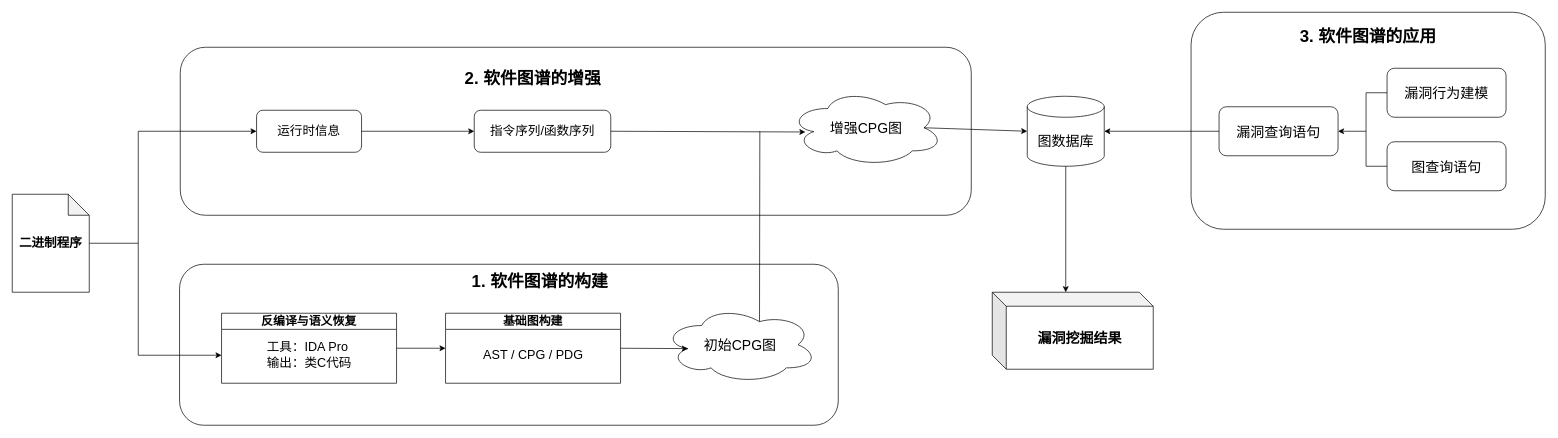
The draw.io diagram MindMap/硕士毕设系统框架-中期.drawio in hourhl/Draw-io, before the edit. Source tidied: cells renumbered, new cells numbered last; positions are measured from the earlier drawing's top-left corner, leaving out a move shared by most shapes. Both pictures are drawn from the tidied source at 70%, with x=0, y=0 at pixel (12, 12).
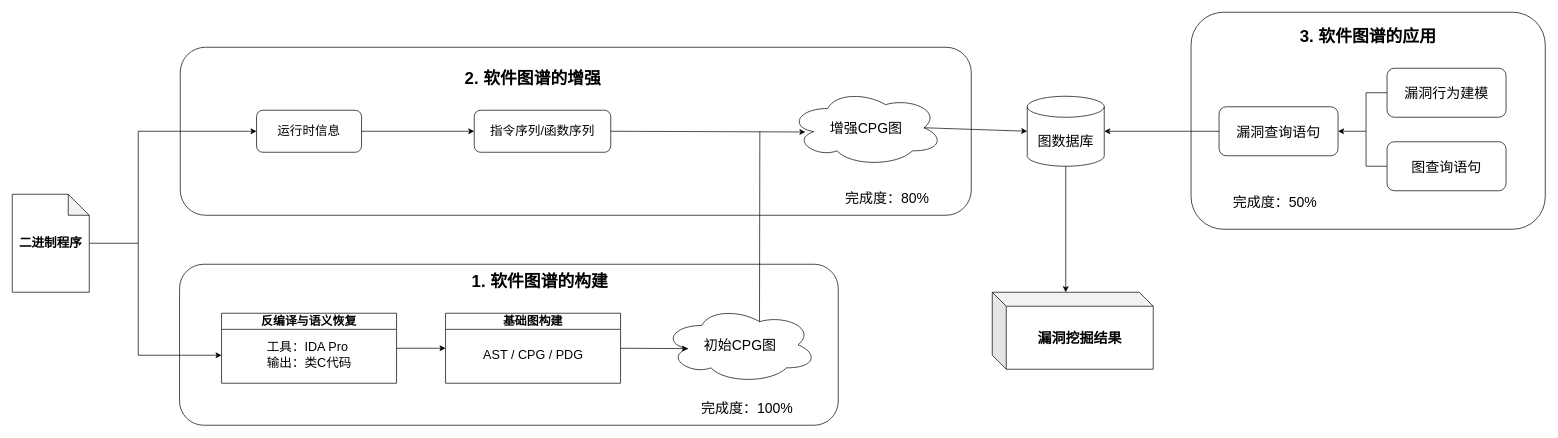
After the change.

Commit message:
更新硕士毕设系统框架-中期.drawio

What changed in the source:
```diff
@@
+    <mxCell id="34" value="&lt;font style=&quot;font-size: 20px;&quot;&gt;完成度：100%&lt;/font&gt;" style="text;html=1;whiteSpace=wrap;strokeColor=none;fillColor=none;align=center;verticalAlign=middle;rounded=0;" parent="1" vertex="1">
+      <mxGeometry x="960" y="550" width="180" height="30" as="geometry" />
+    </mxCell>
+    <mxCell id="35" value="&lt;font style=&quot;font-size: 20px;&quot;&gt;完成度：80%&lt;/font&gt;" style="text;html=1;whiteSpace=wrap;strokeColor=none;fillColor=none;align=center;verticalAlign=middle;rounded=0;" parent="1" vertex="1">
+      <mxGeometry x="1160" y="250" width="180" height="30" as="geometry" />
+    </mxCell>
+    <mxCell id="36" value="&lt;font style=&quot;font-size: 20px;&quot;&gt;完成度：50%&lt;/font&gt;" style="text;html=1;whiteSpace=wrap;strokeColor=none;fillColor=none;align=center;verticalAlign=middle;rounded=0;" parent="1" vertex="1">
+      <mxGeometry x="1714" y="255" width="180" height="30" as="geometry" />
+    </mxCell>
```
